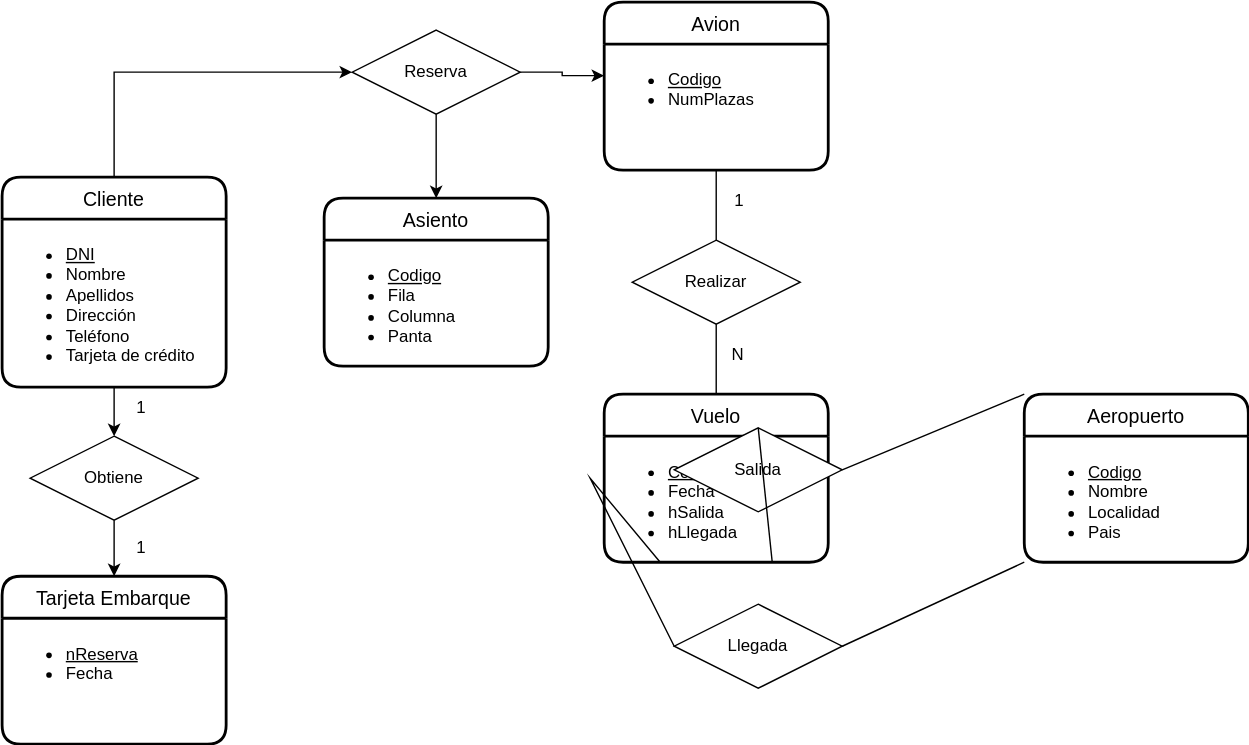
Before: UD12-8.svg, a diagram exported from draw.io (Jimxx22/C3-UD11-UML). Source tidied: cells renumbered, new cells last; positions are measured from the earlier drawing's top-left corner, leaving out a move shared by most shapes.
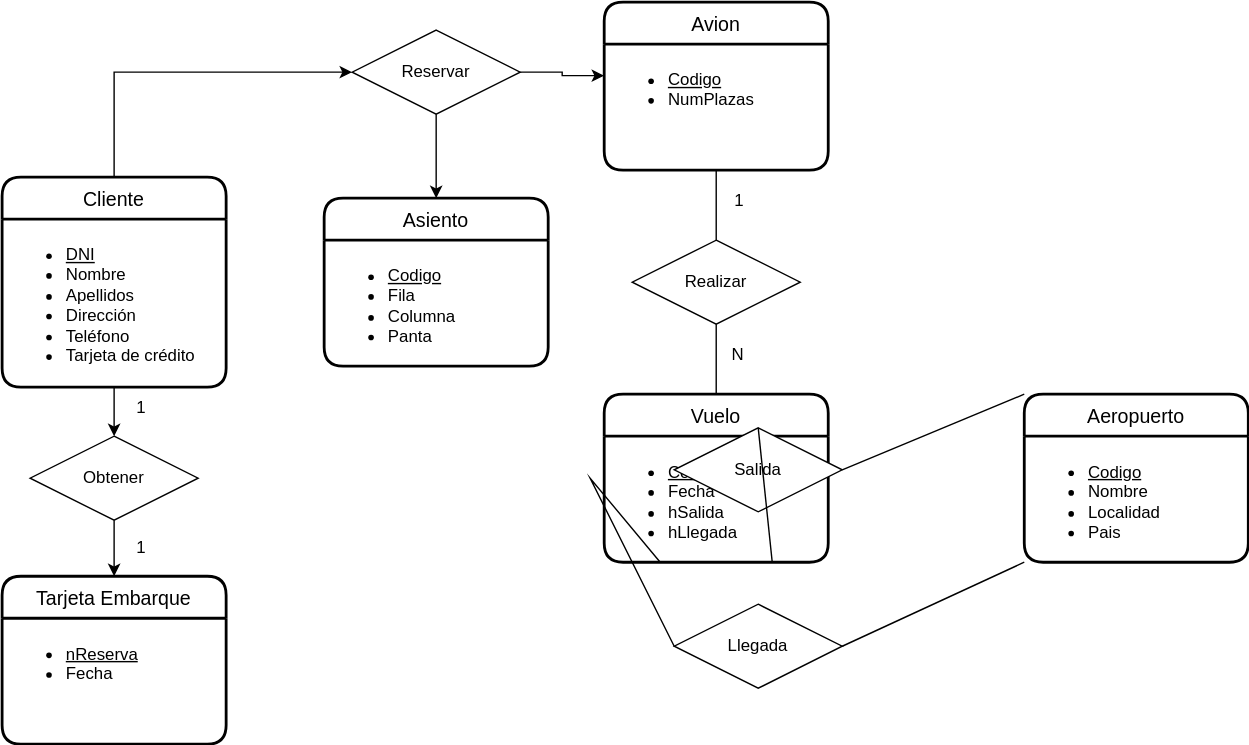
Later version of the same file.

The edit, as a diff of the source:
```diff
@@ -70,7 +70,7 @@
     <mxCell id="23" style="endArrow=none;html=1;rounded=0;entryX=0;entryY=1;entryDx=0;entryDy=0;exitX=1;exitY=0.5;exitDx=0;exitDy=0;" parent="1" edge="1" source="16" target="7">
       <mxGeometry relative="1" as="geometry" />
     </mxCell>
-    <mxCell id="24" value="Obtiene" style="shape=rhombus;perimeter=rhombusPerimeter;whiteSpace=wrap;html=1;align=center;" parent="1" vertex="1">
+    <mxCell id="24" value="Obtener" style="shape=rhombus;perimeter=rhombusPerimeter;whiteSpace=wrap;html=1;align=center;" parent="1" vertex="1">
       <mxGeometry x="20" y="310" width="120" height="60" as="geometry" />
     </mxCell>
     <mxCell id="25" style="endArrow=none;html=1;rounded=0;entryX=0.5;entryY=0;entryDx=0;entryDy=0;exitX=0.75;exitY=1;exitDx=0;exitDy=0;" parent="1" edge="1" source="11" target="18">
@@ -107,7 +107,7 @@
     <mxCell id="32" style="edgeStyle=orthogonalEdgeStyle;rounded=0;jettySize=auto;html=1;exitX=1;exitY=0.5;exitDx=0;exitDy=0;entryX=0;entryY=0.25;entryDx=0;entryDy=0;" parent="1" edge="1" source="33" target="9">
       <mxGeometry relative="1" as="geometry" />
     </mxCell>
-    <mxCell id="33" value="Reserva" style="shape=rhombus;perimeter=rhombusPerimeter;whiteSpace=wrap;html=1;align=center;" parent="1" vertex="1">
+    <mxCell id="33" value="Reservar" style="shape=rhombus;perimeter=rhombusPerimeter;whiteSpace=wrap;html=1;align=center;" parent="1" vertex="1">
       <mxGeometry x="250" y="20" width="120" height="60" as="geometry" />
     </mxCell>
   </root>
```
